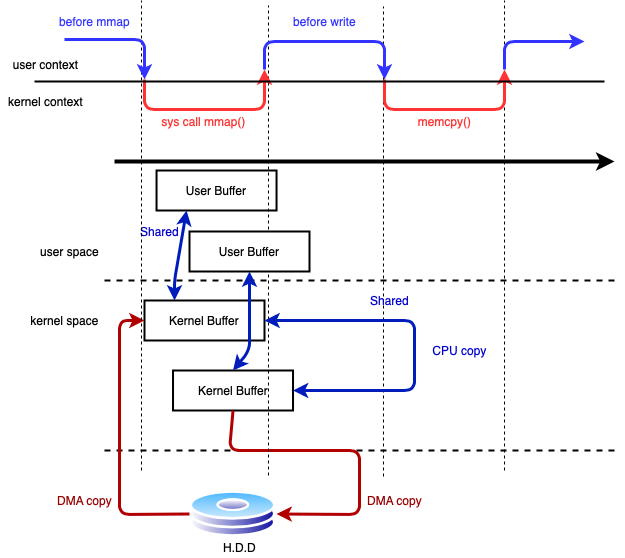
The draw.io diagram reports/mmap.png in beneslami/cp_variant, before a commit. Source tidied: cells renumbered, new cells last; positions are measured from the earlier drawing's top-left corner, leaving out a move shared by most shapes. The source it was exported from:
```xml
<mxGraphModel>
  <root>
    <mxCell id="0" />
    <mxCell id="1" parent="0" />
    <mxCell id="2" style="endArrow=classic;html=1;strokeWidth=4;" parent="1" edge="1">
      <mxGeometry relative="1" as="geometry">
        <mxPoint x="114" y="161" as="sourcePoint" />
        <mxPoint x="614" y="161" as="targetPoint" />
      </mxGeometry>
    </mxCell>
    <mxCell id="3" style="endArrow=none;dashed=1;html=1;strokeWidth=2;" parent="1" edge="1">
      <mxGeometry relative="1" as="geometry">
        <mxPoint x="104" y="280" as="sourcePoint" />
        <mxPoint x="614" y="280" as="targetPoint" />
      </mxGeometry>
    </mxCell>
    <mxCell id="4" value="user space" style="text;html=1;align=center;verticalAlign=middle;" parent="1" vertex="1">
      <mxGeometry x="34" y="241" width="70" height="20" as="geometry" />
    </mxCell>
    <mxCell id="5" value="kernel space" style="text;html=1;align=center;verticalAlign=middle;" parent="1" vertex="1">
      <mxGeometry x="24" y="310" width="80" height="20" as="geometry" />
    </mxCell>
    <mxCell id="6" style="endArrow=none;dashed=1;html=1;strokeWidth=2;" parent="1" edge="1">
      <mxGeometry relative="1" as="geometry">
        <mxPoint x="104" y="450" as="sourcePoint" />
        <mxPoint x="614" y="450" as="targetPoint" />
      </mxGeometry>
    </mxCell>
    <mxCell id="7" value="Kernel Buffer" style="rounded=0;whiteSpace=wrap;html=1;strokeWidth=2;" parent="1" vertex="1">
      <mxGeometry x="144" y="300" width="120" height="40" as="geometry" />
    </mxCell>
    <mxCell id="8" style="perimeter=ellipsePerimeter;html=1;align=center;shadow=0;dashed=0;spacingTop=3;image;image=img/lib/active_directory/hard_disk.svg;" parent="1" vertex="1">
      <mxGeometry x="189" y="490" width="87" height="47" as="geometry" />
    </mxCell>
    <mxCell id="9" value="H.D.D" style="text;html=1;align=center;verticalAlign=middle;" parent="1" vertex="1">
      <mxGeometry x="214" y="537" width="50" height="20" as="geometry" />
    </mxCell>
    <mxCell id="10" style="endArrow=classic;html=1;strokeWidth=3;entryX=0;entryY=0.5;entryDx=0;entryDy=0;exitX=0;exitY=0.5;exitDx=0;exitDy=0;fillColor=#e51400;strokeColor=#B20000;" parent="1" edge="1" source="8" target="7">
      <mxGeometry relative="1" as="geometry">
        <Array as="points">
          <mxPoint x="119" y="514" />
          <mxPoint x="119" y="470" />
          <mxPoint x="119" y="320" />
        </Array>
      </mxGeometry>
    </mxCell>
    <mxCell id="11" value="&lt;font color=&quot;#990000&quot;&gt;DMA copy&lt;/font&gt;" style="text;html=1;align=center;verticalAlign=middle;" parent="1" vertex="1">
      <mxGeometry x="49" y="490" width="70" height="20" as="geometry" />
    </mxCell>
    <mxCell id="12" value="User Buffer" style="rounded=0;whiteSpace=wrap;html=1;strokeWidth=2;" parent="1" vertex="1">
      <mxGeometry x="156" y="170" width="120" height="40" as="geometry" />
    </mxCell>
    <mxCell id="13" style="endArrow=classic;html=1;strokeWidth=3;exitX=0.25;exitY=0;exitDx=0;exitDy=0;fillColor=#0050ef;strokeColor=#001DBC;startArrow=classic;startFill=1;entryX=0.25;entryY=1;entryDx=0;entryDy=0;" parent="1" edge="1" source="7" target="12">
      <mxGeometry relative="1" as="geometry">
        <Array as="points">
          <mxPoint x="174" y="280" />
        </Array>
      </mxGeometry>
    </mxCell>
    <mxCell id="14" value="&lt;font color=&quot;#0000cc&quot;&gt;Shared&lt;/font&gt;" style="text;html=1;align=center;verticalAlign=middle;" parent="1" vertex="1">
      <mxGeometry x="134" y="221" width="50" height="20" as="geometry" />
    </mxCell>
    <mxCell id="15" value="Kernel Buffer" style="rounded=0;whiteSpace=wrap;html=1;strokeWidth=2;" parent="1" vertex="1">
      <mxGeometry x="172.5" y="370" width="120" height="40" as="geometry" />
    </mxCell>
    <mxCell id="16" style="endArrow=classic;html=1;strokeWidth=3;exitX=0.5;exitY=1;exitDx=0;exitDy=0;entryX=1;entryY=0.5;entryDx=0;entryDy=0;fillColor=#e51400;strokeColor=#B20000;" parent="1" edge="1" source="15" target="8">
      <mxGeometry relative="1" as="geometry">
        <Array as="points">
          <mxPoint x="229" y="450" />
          <mxPoint x="359" y="450" />
          <mxPoint x="359" y="514" />
        </Array>
      </mxGeometry>
    </mxCell>
    <mxCell id="17" value="&lt;font color=&quot;#990000&quot;&gt;DMA copy&lt;/font&gt;" style="text;html=1;align=center;verticalAlign=middle;" parent="1" vertex="1">
      <mxGeometry x="359" y="490" width="70" height="20" as="geometry" />
    </mxCell>
    <mxCell id="18" style="endArrow=none;dashed=1;html=1;strokeWidth=1;" parent="1" edge="1">
      <mxGeometry relative="1" as="geometry">
        <mxPoint x="141" y="470" as="sourcePoint" />
        <mxPoint x="141" as="targetPoint" />
      </mxGeometry>
    </mxCell>
    <mxCell id="19" style="endArrow=none;dashed=1;html=1;strokeWidth=1;" parent="1" edge="1">
      <mxGeometry relative="1" as="geometry">
        <mxPoint x="268" y="475" as="sourcePoint" />
        <mxPoint x="268" y="5" as="targetPoint" />
      </mxGeometry>
    </mxCell>
    <mxCell id="20" style="endArrow=none;dashed=1;html=1;strokeWidth=1;" parent="1" edge="1">
      <mxGeometry relative="1" as="geometry">
        <mxPoint x="383" y="476" as="sourcePoint" />
        <mxPoint x="383" y="6" as="targetPoint" />
      </mxGeometry>
    </mxCell>
    <mxCell id="21" style="endArrow=none;dashed=1;html=1;strokeWidth=1;" parent="1" edge="1">
      <mxGeometry relative="1" as="geometry">
        <mxPoint x="504" y="470" as="sourcePoint" />
        <mxPoint x="504" as="targetPoint" />
      </mxGeometry>
    </mxCell>
    <mxCell id="22" style="endArrow=classic;html=1;strokeWidth=3;strokeColor=#3333FF;" parent="1" edge="1">
      <mxGeometry relative="1" as="geometry">
        <mxPoint x="64" y="39" as="sourcePoint" />
        <mxPoint x="144" y="79" as="targetPoint" />
        <Array as="points">
          <mxPoint x="144" y="39" />
        </Array>
      </mxGeometry>
    </mxCell>
    <mxCell id="23" style="endArrow=classic;html=1;strokeWidth=3;strokeColor=#FF3333;" parent="1" edge="1">
      <mxGeometry relative="1" as="geometry">
        <mxPoint x="144" y="79" as="sourcePoint" />
        <mxPoint x="264" y="69" as="targetPoint" />
        <Array as="points">
          <mxPoint x="144" y="109" />
          <mxPoint x="264" y="109" />
        </Array>
      </mxGeometry>
    </mxCell>
    <mxCell id="24" style="endArrow=classic;html=1;strokeWidth=3;strokeColor=#3333FF;" parent="1" edge="1">
      <mxGeometry relative="1" as="geometry">
        <mxPoint x="264" y="69" as="sourcePoint" />
        <mxPoint x="384" y="79" as="targetPoint" />
        <Array as="points">
          <mxPoint x="264" y="41" />
          <mxPoint x="384" y="41" />
        </Array>
      </mxGeometry>
    </mxCell>
    <mxCell id="25" style="endArrow=classic;html=1;strokeWidth=3;strokeColor=#FF3333;" parent="1" edge="1">
      <mxGeometry relative="1" as="geometry">
        <mxPoint x="384" y="79" as="sourcePoint" />
        <mxPoint x="504" y="69" as="targetPoint" />
        <Array as="points">
          <mxPoint x="384" y="109" />
          <mxPoint x="504" y="109" />
        </Array>
      </mxGeometry>
    </mxCell>
    <mxCell id="26" style="endArrow=classic;html=1;strokeWidth=3;strokeColor=#3333FF;" parent="1" edge="1">
      <mxGeometry relative="1" as="geometry">
        <mxPoint x="504" y="69" as="sourcePoint" />
        <mxPoint x="584" y="41" as="targetPoint" />
        <Array as="points">
          <mxPoint x="504" y="41" />
          <mxPoint x="564" y="41" />
        </Array>
      </mxGeometry>
    </mxCell>
    <mxCell id="27" style="endArrow=none;html=1;strokeColor=#000000;strokeWidth=2;" parent="1" edge="1">
      <mxGeometry relative="1" as="geometry">
        <mxPoint x="34" y="81" as="sourcePoint" />
        <mxPoint x="604" y="81" as="targetPoint" />
      </mxGeometry>
    </mxCell>
    <mxCell id="28" value="user context" style="text;html=1;align=center;verticalAlign=middle;" parent="1" vertex="1">
      <mxGeometry x="5" y="54" width="80" height="20" as="geometry" />
    </mxCell>
    <mxCell id="29" value="kernel context" style="text;html=1;align=center;verticalAlign=middle;" parent="1" vertex="1">
      <mxGeometry y="91" width="90" height="20" as="geometry" />
    </mxCell>
    <mxCell id="30" value="&lt;font color=&quot;#3333ff&quot;&gt;before mmap&lt;/font&gt;" style="text;html=1;align=center;verticalAlign=middle;" parent="1" vertex="1">
      <mxGeometry x="49" y="11" width="90" height="20" as="geometry" />
    </mxCell>
    <mxCell id="31" value="&lt;font color=&quot;#3333ff&quot;&gt;before write&lt;/font&gt;" style="text;html=1;align=center;verticalAlign=middle;" parent="1" vertex="1">
      <mxGeometry x="284" y="11" width="80" height="20" as="geometry" />
    </mxCell>
    <mxCell id="32" value="&lt;font color=&quot;#ff3333&quot;&gt;sys call mmap()&lt;/font&gt;" style="text;html=1;align=center;verticalAlign=middle;" parent="1" vertex="1">
      <mxGeometry x="152.5" y="111" width="100" height="20" as="geometry" />
    </mxCell>
    <mxCell id="33" value="&lt;font color=&quot;#ff3333&quot;&gt;memcpy()&lt;/font&gt;" style="text;html=1;align=center;verticalAlign=middle;" parent="1" vertex="1">
      <mxGeometry x="409" y="111" width="70" height="20" as="geometry" />
    </mxCell>
    <mxCell id="34" style="endArrow=classic;html=1;strokeWidth=3;exitX=1;exitY=0.5;exitDx=0;exitDy=0;fillColor=#0050ef;strokeColor=#001DBC;startArrow=classic;startFill=1;entryX=1;entryY=0.5;entryDx=0;entryDy=0;" parent="1" edge="1" source="7" target="15">
      <mxGeometry relative="1" as="geometry">
        <Array as="points">
          <mxPoint x="414" y="320" />
          <mxPoint x="414" y="390" />
        </Array>
      </mxGeometry>
    </mxCell>
    <mxCell id="35" value="&lt;font color=&quot;#0000cc&quot;&gt;&lt;span&gt;CPU copy&lt;/span&gt;&lt;/font&gt;" style="text;html=1;align=center;verticalAlign=middle;" parent="1" vertex="1">
      <mxGeometry x="424" y="340" width="70" height="20" as="geometry" />
    </mxCell>
    <mxCell id="36" value="User Buffer" style="rounded=0;whiteSpace=wrap;html=1;strokeWidth=2;" parent="1" vertex="1">
      <mxGeometry x="189" y="231" width="120" height="40" as="geometry" />
    </mxCell>
    <mxCell id="37" style="endArrow=classic;html=1;strokeWidth=3;exitX=0.5;exitY=0;exitDx=0;exitDy=0;entryX=0.5;entryY=1;entryDx=0;entryDy=0;fillColor=#0050ef;strokeColor=#001DBC;startArrow=classic;startFill=1;" parent="1" edge="1" source="15" target="36">
      <mxGeometry relative="1" as="geometry">
        <Array as="points">
          <mxPoint x="249" y="350" />
        </Array>
      </mxGeometry>
    </mxCell>
    <mxCell id="38" value="&lt;font color=&quot;#0000cc&quot;&gt;Shared&lt;/font&gt;" style="text;html=1;align=center;verticalAlign=middle;" parent="1" vertex="1">
      <mxGeometry x="364" y="290" width="50" height="20" as="geometry" />
    </mxCell>
  </root>
</mxGraphModel>
```
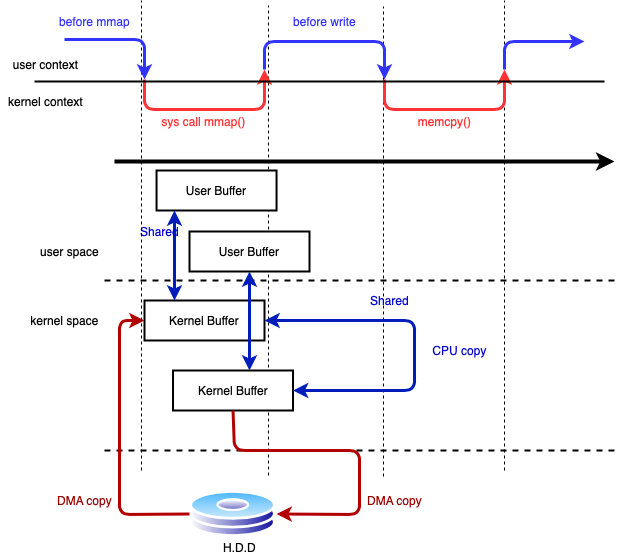
After the commit.

Diff of the diagram source:
```diff
@@ -2,6 +2,12 @@
   <root>
     <mxCell id="0" />
     <mxCell id="1" parent="0" />
+    <mxCell id="19" style="endArrow=none;dashed=1;html=1;strokeWidth=1;" parent="1" edge="1">
+      <mxGeometry relative="1" as="geometry">
+        <mxPoint x="268" y="475" as="sourcePoint" />
+        <mxPoint x="268" y="5" as="targetPoint" />
+      </mxGeometry>
+    </mxCell>
     <mxCell id="2" style="endArrow=classic;html=1;strokeWidth=4;" parent="1" edge="1">
       <mxGeometry relative="1" as="geometry">
         <mxPoint x="114" y="161" as="sourcePoint" />
@@ -50,8 +56,9 @@
     <mxCell id="12" value="User Buffer" style="rounded=0;whiteSpace=wrap;html=1;strokeWidth=2;" parent="1" vertex="1">
       <mxGeometry x="156" y="170" width="120" height="40" as="geometry" />
     </mxCell>
-    <mxCell id="13" style="endArrow=classic;html=1;strokeWidth=3;exitX=0.25;exitY=0;exitDx=0;exitDy=0;fillColor=#0050ef;strokeColor=#001DBC;startArrow=classic;startFill=1;entryX=0.25;entryY=1;entryDx=0;entryDy=0;" parent="1" edge="1" source="7" target="12">
+    <mxCell id="13" style="endArrow=classic;html=1;strokeWidth=3;exitX=0.25;exitY=0;exitDx=0;exitDy=0;fillColor=#0050ef;strokeColor=#001DBC;startArrow=classic;startFill=1;" parent="1" edge="1" source="7">
       <mxGeometry relative="1" as="geometry">
+        <mxPoint x="174" y="210" as="targetPoint" />
         <Array as="points">
           <mxPoint x="174" y="280" />
         </Array>
@@ -66,7 +73,7 @@
     <mxCell id="16" style="endArrow=classic;html=1;strokeWidth=3;exitX=0.5;exitY=1;exitDx=0;exitDy=0;entryX=1;entryY=0.5;entryDx=0;entryDy=0;fillColor=#e51400;strokeColor=#B20000;" parent="1" edge="1" source="15" target="8">
       <mxGeometry relative="1" as="geometry">
         <Array as="points">
-          <mxPoint x="229" y="450" />
+          <mxPoint x="234" y="450" />
           <mxPoint x="359" y="450" />
           <mxPoint x="359" y="514" />
         </Array>
@@ -81,12 +88,6 @@
         <mxPoint x="141" as="targetPoint" />
       </mxGeometry>
     </mxCell>
-    <mxCell id="19" style="endArrow=none;dashed=1;html=1;strokeWidth=1;" parent="1" edge="1">
-      <mxGeometry relative="1" as="geometry">
-        <mxPoint x="268" y="475" as="sourcePoint" />
-        <mxPoint x="268" y="5" as="targetPoint" />
-      </mxGeometry>
-    </mxCell>
     <mxCell id="20" style="endArrow=none;dashed=1;html=1;strokeWidth=1;" parent="1" edge="1">
       <mxGeometry relative="1" as="geometry">
         <mxPoint x="383" y="476" as="sourcePoint" />
@@ -186,7 +187,7 @@
     <mxCell id="36" value="User Buffer" style="rounded=0;whiteSpace=wrap;html=1;strokeWidth=2;" parent="1" vertex="1">
       <mxGeometry x="189" y="231" width="120" height="40" as="geometry" />
     </mxCell>
-    <mxCell id="37" style="endArrow=classic;html=1;strokeWidth=3;exitX=0.5;exitY=0;exitDx=0;exitDy=0;entryX=0.5;entryY=1;entryDx=0;entryDy=0;fillColor=#0050ef;strokeColor=#001DBC;startArrow=classic;startFill=1;" parent="1" edge="1" source="15" target="36">
+    <mxCell id="37" style="endArrow=classic;html=1;strokeWidth=3;exitX=0.637;exitY=0;exitDx=0;exitDy=0;entryX=0.5;entryY=1;entryDx=0;entryDy=0;fillColor=#0050ef;strokeColor=#001DBC;startArrow=classic;startFill=1;exitPerimeter=0;" parent="1" edge="1" source="15" target="36">
       <mxGeometry relative="1" as="geometry">
         <Array as="points">
           <mxPoint x="249" y="350" />
```
